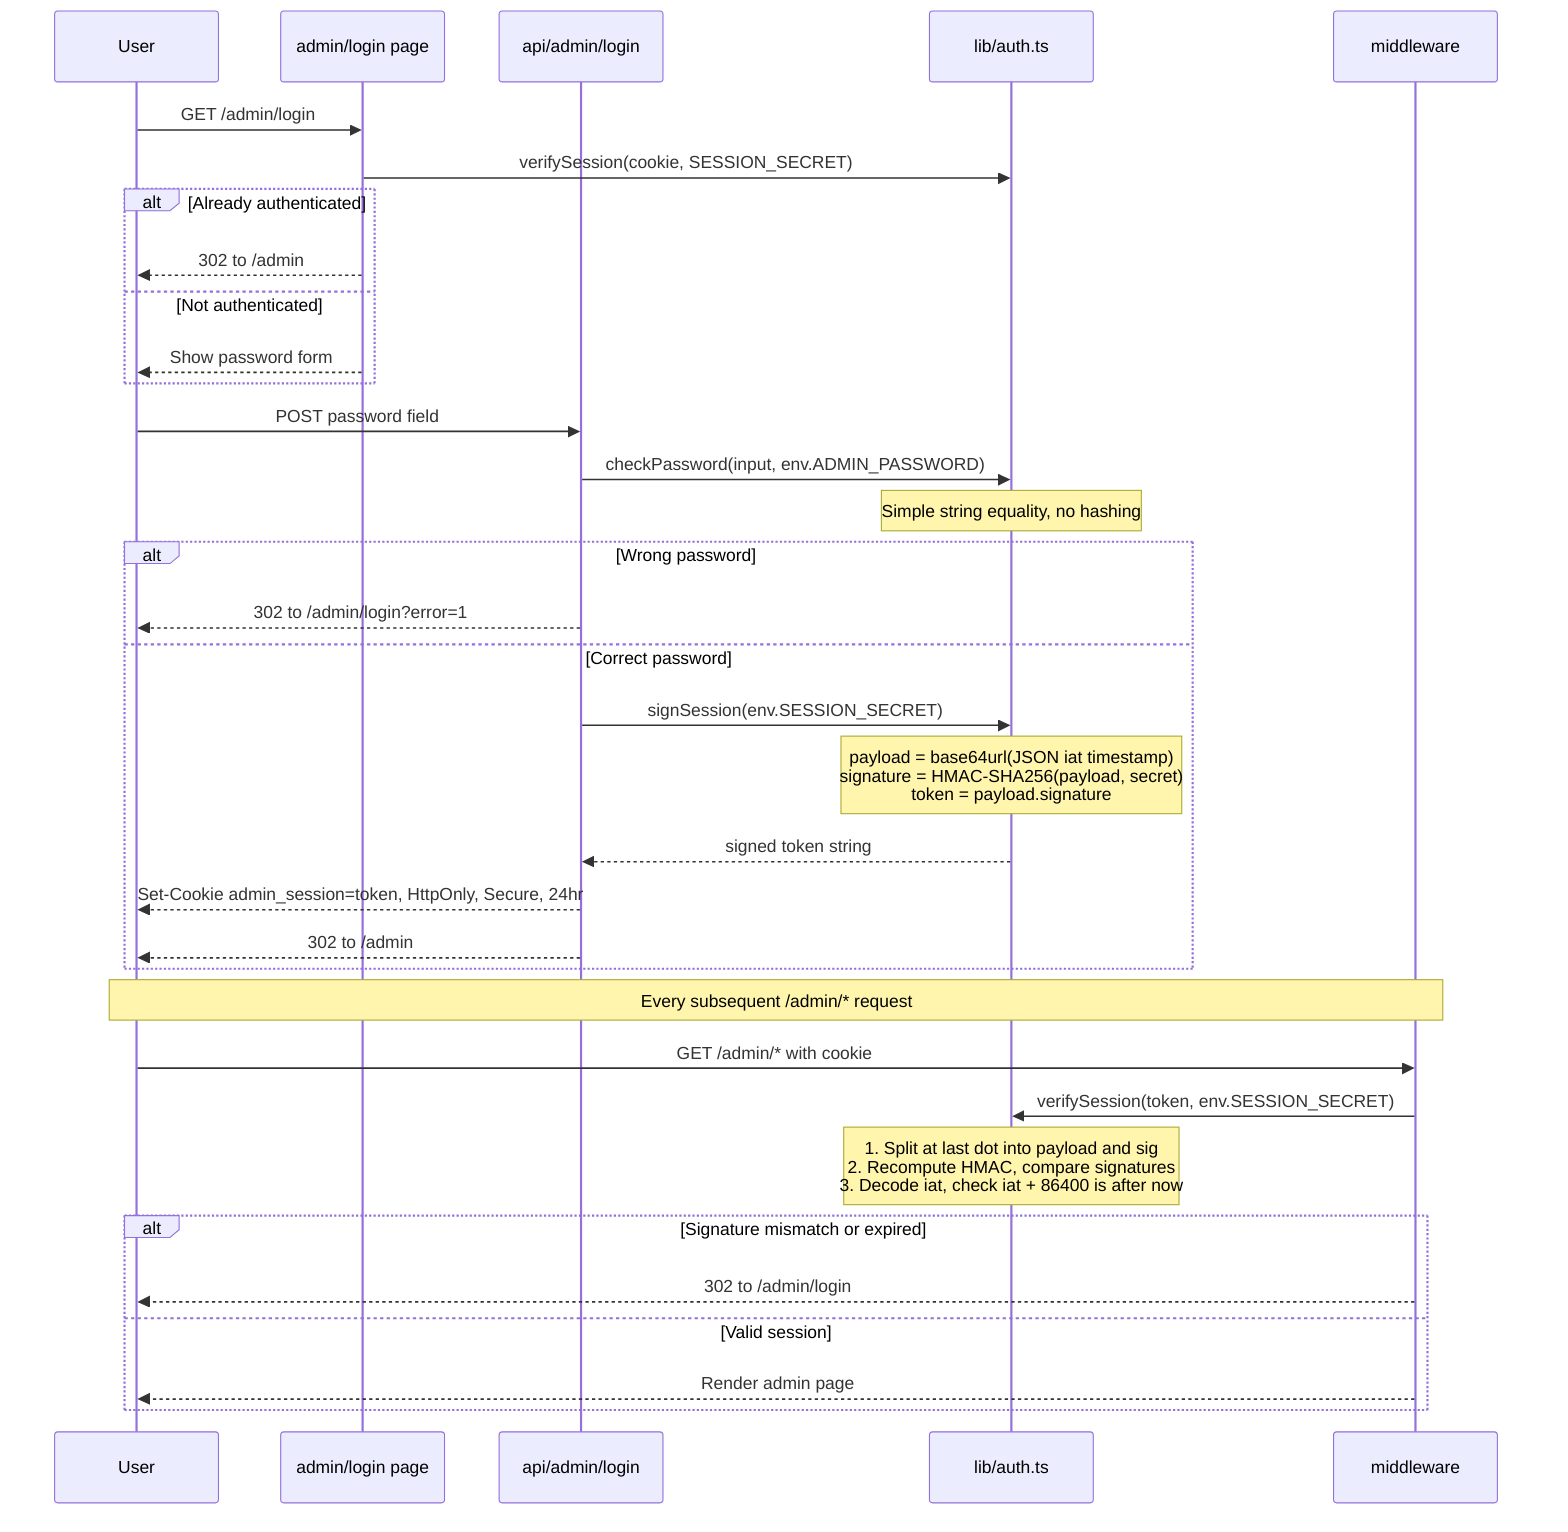
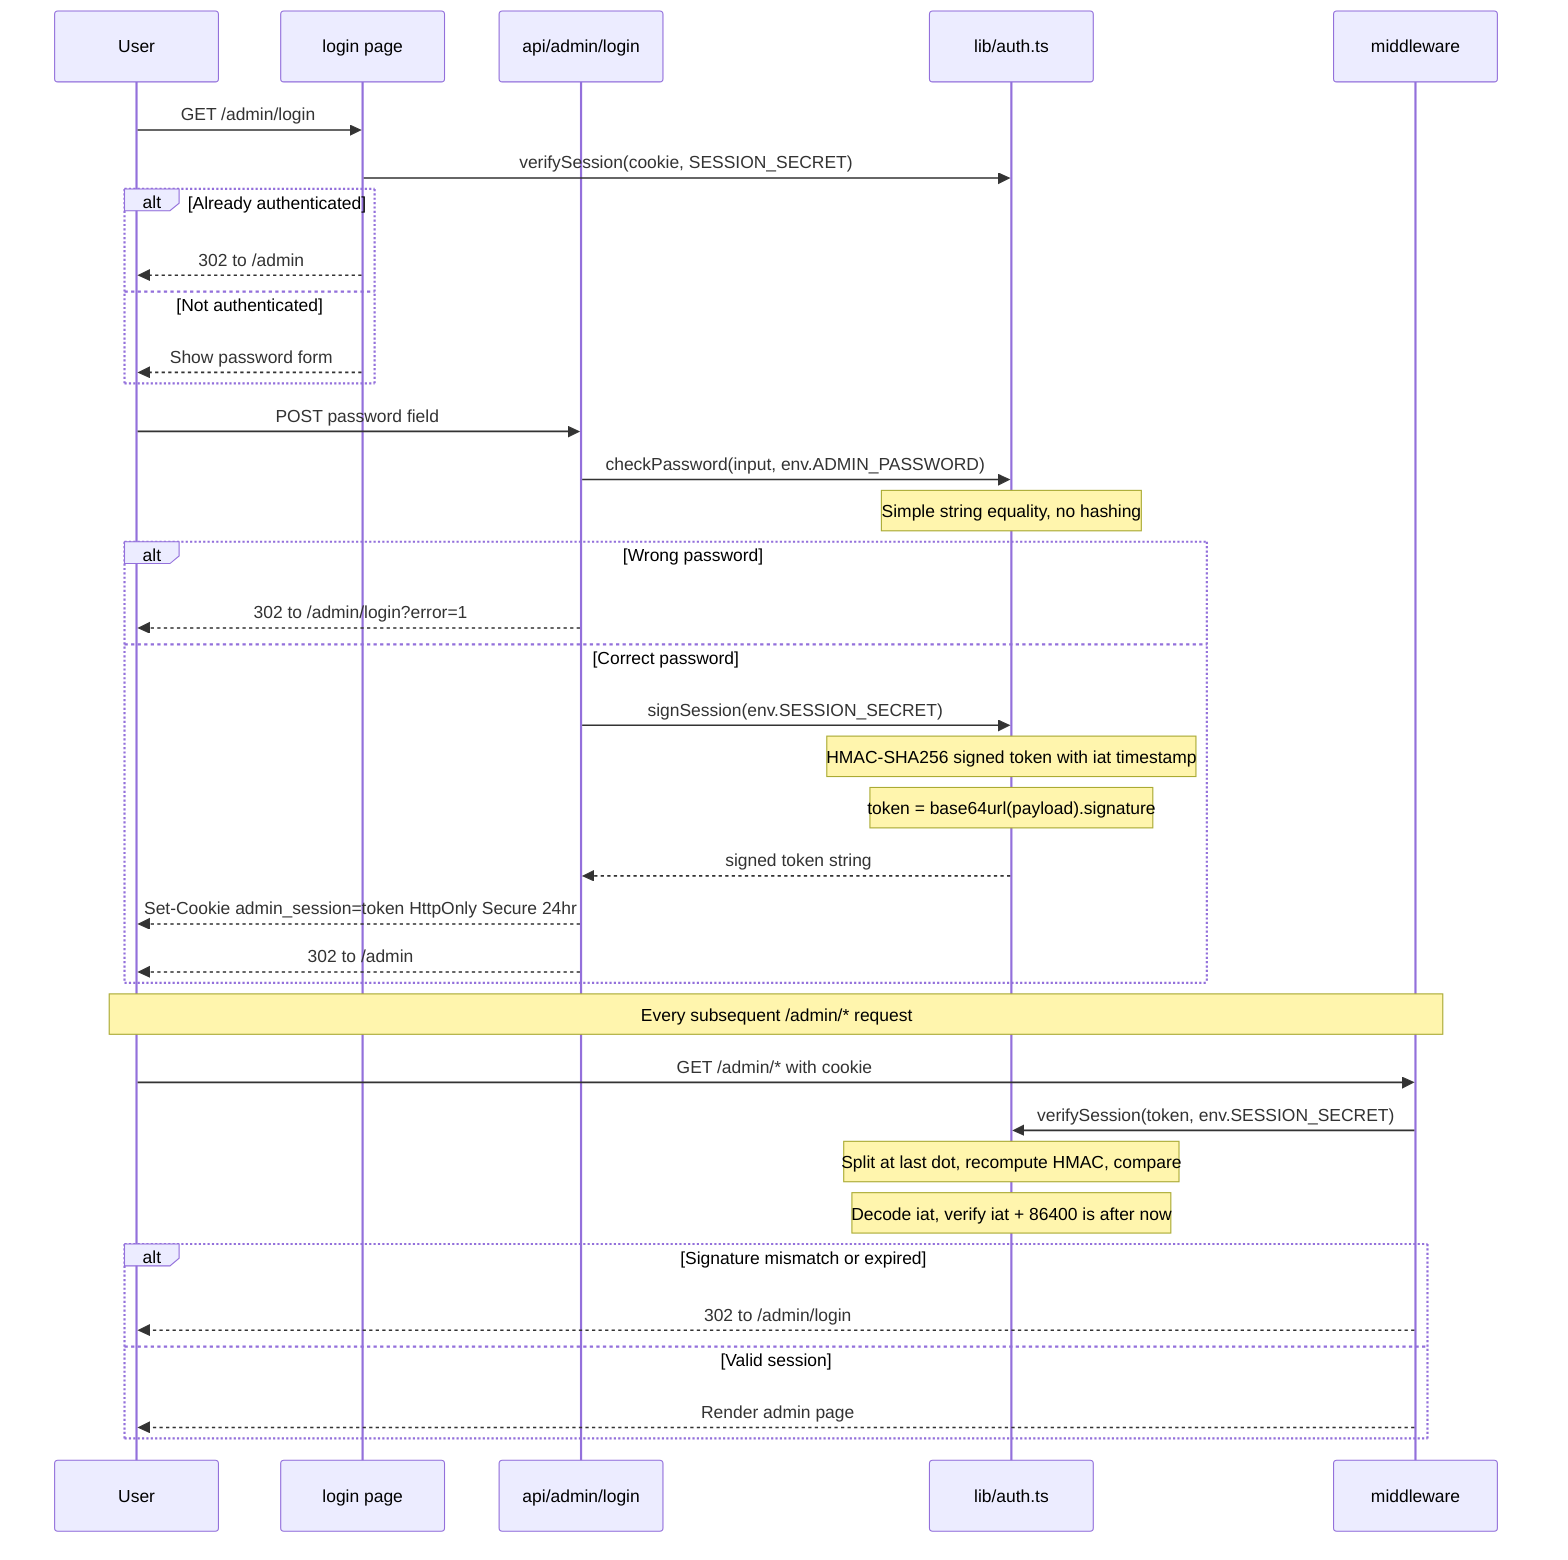
sequenceDiagram
    participant U as User
-     participant LP as admin/login page
+     participant LP as login page
    participant API as api/admin/login
    participant Auth as lib/auth.ts
    participant MW as middleware

    U->>LP: GET /admin/login
    LP->>Auth: verifySession(cookie, SESSION_SECRET)
    alt Already authenticated
        LP-->>U: 302 to /admin
    else Not authenticated
        LP-->>U: Show password form
    end

    U->>API: POST password field
    API->>Auth: checkPassword(input, env.ADMIN_PASSWORD)
    note over Auth: Simple string equality, no hashing
    alt Wrong password
        API-->>U: 302 to /admin/login?error=1
    else Correct password
        API->>Auth: signSession(env.SESSION_SECRET)
-         note over Auth: payload = base64url(JSON iat timestamp)<br/>signature = HMAC-SHA256(payload, secret)<br/>token = payload.signature
+         note over Auth: HMAC-SHA256 signed token with iat timestamp
+         note over Auth: token = base64url(payload).signature
        Auth-->>API: signed token string
-         API-->>U: Set-Cookie admin_session=token, HttpOnly, Secure, 24hr
+         API-->>U: Set-Cookie admin_session=token HttpOnly Secure 24hr
        API-->>U: 302 to /admin
    end

    note over U,MW: Every subsequent /admin/* request

    U->>MW: GET /admin/* with cookie
    MW->>Auth: verifySession(token, env.SESSION_SECRET)
-     note over Auth: 1. Split at last dot into payload and sig<br/>2. Recompute HMAC, compare signatures<br/>3. Decode iat, check iat + 86400 is after now
+     note over Auth: Split at last dot, recompute HMAC, compare
+     note over Auth: Decode iat, verify iat + 86400 is after now
    alt Signature mismatch or expired
        MW-->>U: 302 to /admin/login
    else Valid session
        MW-->>U: Render admin page
    end
